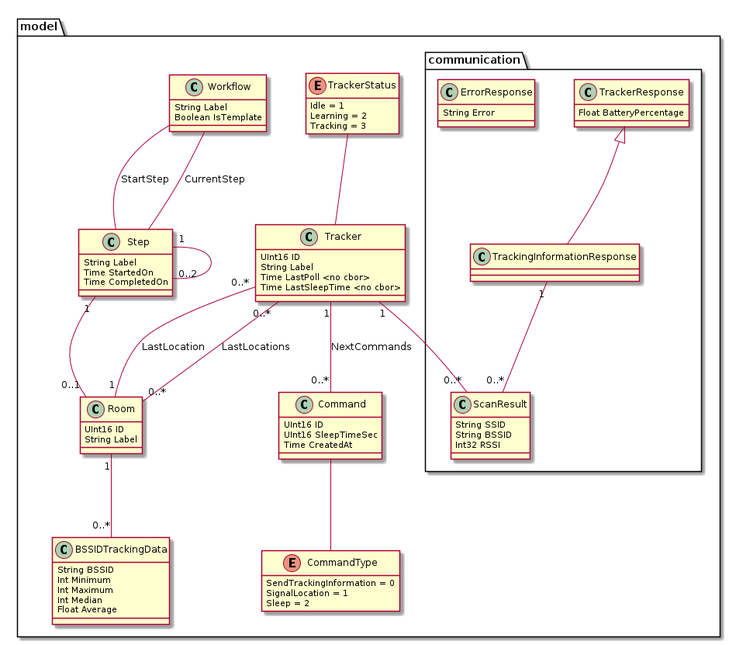
Above: paper/images/uml.png in glidingthroughspace/paper-tracker (PlantUML), before the change.
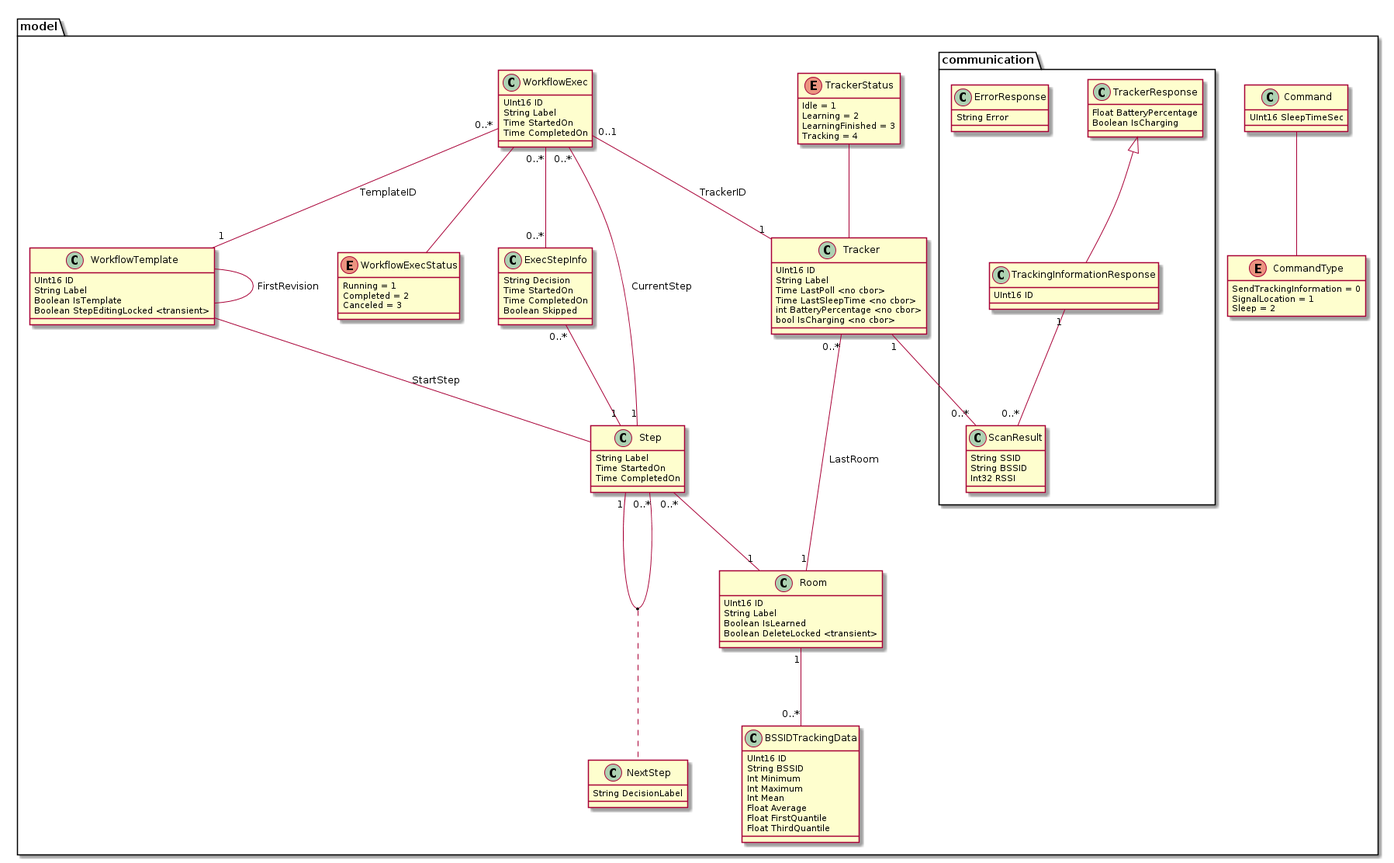
The same diagram one commit later.

Diff of the diagram source:
```diff
@@ -8,19 +8,20 @@
     String Label
     Time LastPoll <no cbor>
     Time LastSleepTime <no cbor>
+    int BatteryPercentage <no cbor>
+    bool IsCharging <no cbor>
   }
 
   enum TrackerStatus {
     Idle = 1
     Learning = 2
-    Tracking = 3
+    LearningFinished = 3
+    Tracking = 4
   }
   hide TrackerStatus methods
 
   class Command {
-    UInt16 ID
     UInt16 SleepTimeSec
-    Time CreatedAt
   }
 
   enum CommandType {
@@ -37,23 +38,30 @@
   class Room {
     UInt16 ID
     String Label
+    Boolean IsLearned
+    Boolean DeleteLocked <transient>
   }
 
   class BSSIDTrackingData {
+  	UInt16 ID
     String BSSID
     Int Minimum
     Int Maximum
-    Int Median
+    Int Mean
     Float Average
+    Float FirstQuantile
+    Float ThirdQuantile
   }
   together {
     class Room
     class BSSIDTrackingData
   }
 
-  class Workflow {
+  class WorkflowTemplate {
+  	UInt16 ID
   	String Label
     Boolean IsTemplate
+    Boolean StepEditingLocked <transient>
   }
 
   class Step {
@@ -61,17 +69,39 @@
     Time StartedOn
     Time CompletedOn
   }
-  together {
-  	class Workflow
-    class Step
+
+  class NextStep {
+    String DecisionLabel
+  }
+
+  class WorkflowExec {
+    UInt16 ID
+    String Label
+    Time StartedOn
+    Time CompletedOn
+  }
+
+  enum WorkflowExecStatus {
+    Running = 1
+    Completed = 2
+    Canceled = 3
+  }
+
+  class ExecStepInfo {
+  	String Decision
+    Time StartedOn
+    Time CompletedOn
+    Boolean Skipped
   }
 
   package communication {
     class TrackerResponse {
       Float BatteryPercentage
+      Boolean IsCharging
     }
 
     class TrackingInformationResponse {
+      UInt16 ID
     }
 
     class ScanResult {
@@ -86,19 +116,25 @@
   }
 
   Tracker -up- TrackerStatus
-  Tracker "0..*" -- "0..*" Room : LastLocations
-  Tracker "0..*" -- "1" Room : LastLocation
-  Tracker "1" -- "0..*" Command : NextCommands
+  Tracker "0..*" -- "1" Room : LastRoom
   Tracker "1" -- "0..*" ScanResult
 
   Command -- CommandType
 
   Room "1" -- "0..*" BSSIDTrackingData
 
-  Workflow -- Step : StartStep
-  Workflow -- Step : CurrentStep
-  Step "1" -- "0..1" Room
-  Step "1" -- "0..2" Step
+  WorkflowTemplate -- Step : StartStep
+  WorkflowTemplate -- WorkflowTemplate : FirstRevision
+  Step "0..*" -- "1" Room
+  Step "1" -- "0..*" Step
+  (Step, Step) .. NextStep
+
+  WorkflowExec -- WorkflowExecStatus
+  WorkflowExec "0..*" -- "1" WorkflowTemplate : TemplateID
+  WorkflowExec "0..1" -- "1" Tracker : TrackerID
+  WorkflowExec "0..*" -- "1" Step : CurrentStep
+  WorkflowExec "0..*" -- "0..*" ExecStepInfo
+  ExecStepInfo "0..*" -- "1" Step
 
   TrackerResponse <|-- TrackingInformationResponse
   TrackingInformationResponse "1" -- "0..*" ScanResult
```
